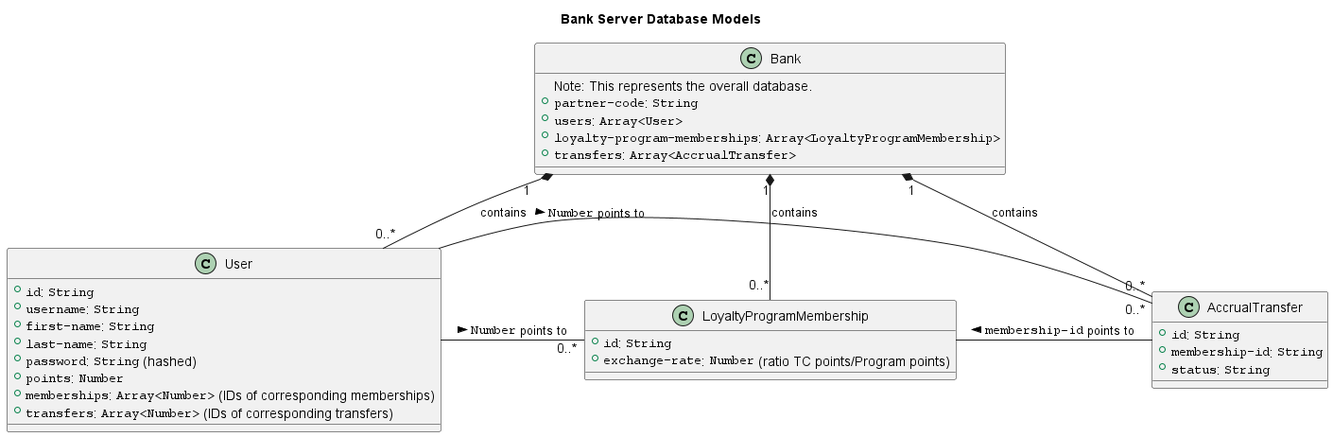
Above: diagrams/bank/Bank Class Diagram.png in Rye123/esc-transferconnect (PlantUML), before the change. Source of this version:
```plantuml
@startuml Bank Class Diagram

title "Bank Server Database Models"

class Bank {
    Note: This represents the overall database.
    + ""partner-code"": ""String""
    + ""users"": ""Array<User>""
    + ""loyalty-program-memberships"": ""Array<LoyaltyProgramMembership>""
    + ""transfers"": ""Array<AccrualTransfer>""
}

class User {
    + ""id"": ""String""
    + ""username"": ""String""
    + ""first-name"": ""String""
    + ""last-name"": ""String""
    + {field} ""password"": ""String"" (hashed)
    + ""points"": ""Number""
    + {field} ""memberships"": ""Array<Number>"" (IDs of corresponding memberships)
    + {field} ""transfers"": ""Array<Number>"" (IDs of corresponding transfers)
}

class LoyaltyProgramMembership {
    + ""id"": ""String""
    + {field} ""exchange-rate"": ""Number"" (ratio TC points/Program points)
}

class AccrualTransfer {
    + ""id"": ""String""
    + ""membership-id"": ""String""
    + ""status"": ""String""
}

Bank "1" *-- "0..*" User : contains
Bank "1" *-- "0..*" LoyaltyProgramMembership : contains
Bank "1" *-- "0..*" AccrualTransfer : contains

User  -right- "0..*" LoyaltyProgramMembership : ""Number"" points to >
User  -right- "0..*" AccrualTransfer: ""Number"" points to >
AccrualTransfer -left- LoyaltyProgramMembership: ""membership-id"" points to >

@enduml
```
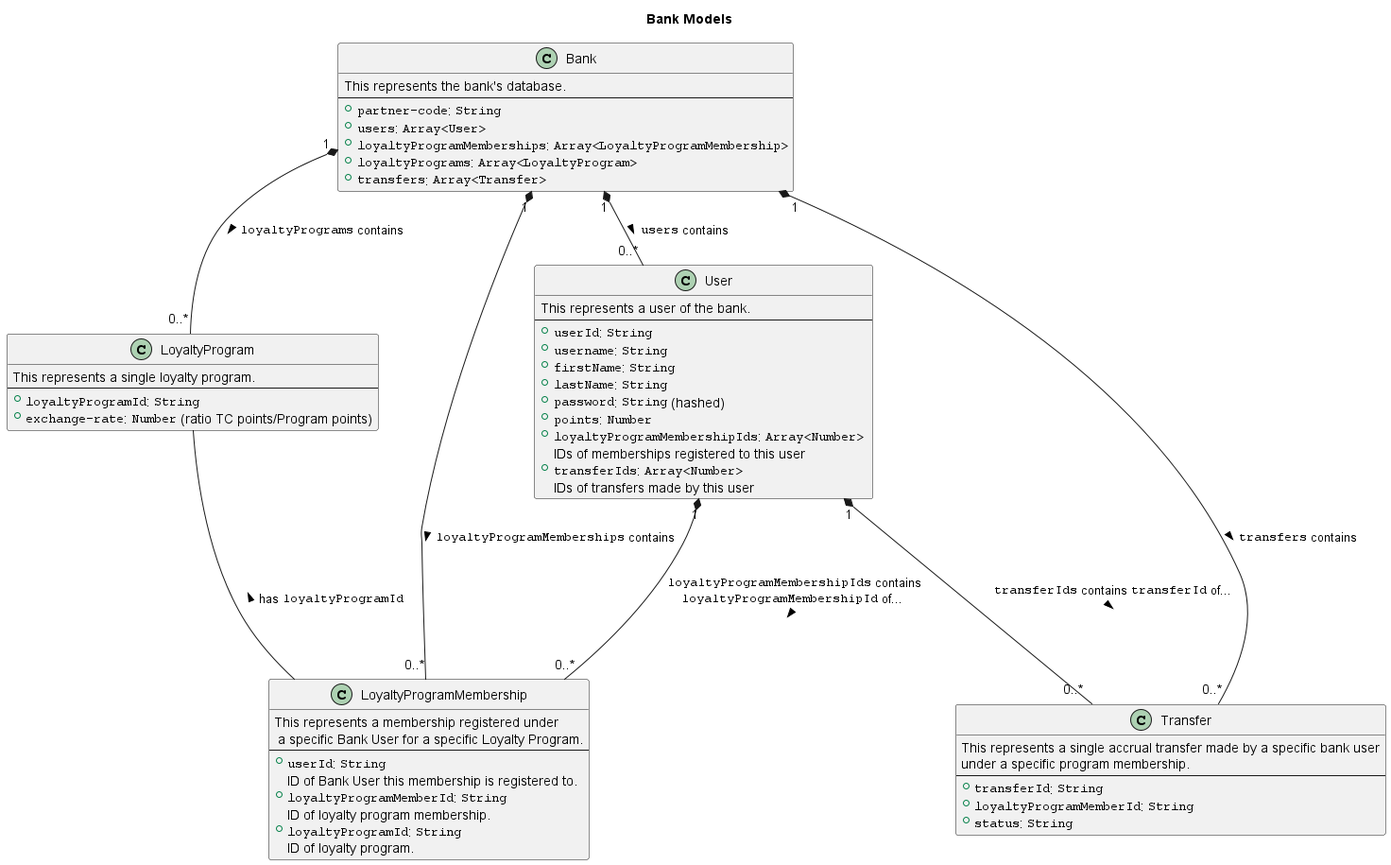
Later version of the same file.

Commit message:
update: bank UML diagrams

Change to the diagram source:
```diff
@@ -1,43 +1,61 @@
 @startuml Bank Class Diagram
 
-title "Bank Server Database Models"
+title "Bank Models"
 
 class Bank {
-    Note: This represents the overall database.
+    This represents the bank's database.
+    ---
     + ""partner-code"": ""String""
     + ""users"": ""Array<User>""
-    + ""loyalty-program-memberships"": ""Array<LoyaltyProgramMembership>""
-    + ""transfers"": ""Array<AccrualTransfer>""
+    + ""loyaltyProgramMemberships"": ""Array<LoyaltyProgramMembership>""
+    + ""loyaltyPrograms"": ""Array<LoyaltyProgram>""
+    + ""transfers"": ""Array<Transfer>""
 }
 
 class User {
-    + ""id"": ""String""
+    This represents a user of the bank.
+    ---
+    + ""userId"": ""String""
     + ""username"": ""String""
-    + ""first-name"": ""String""
-    + ""last-name"": ""String""
+    + ""firstName"": ""String""
+    + ""lastName"": ""String""
     + {field} ""password"": ""String"" (hashed)
     + ""points"": ""Number""
-    + {field} ""memberships"": ""Array<Number>"" (IDs of corresponding memberships)
-    + {field} ""transfers"": ""Array<Number>"" (IDs of corresponding transfers)
+    + {field} ""loyaltyProgramMembershipIds"": ""Array<Number>"" \nIDs of memberships registered to this user
+    + {field} ""transferIds"": ""Array<Number>"" \nIDs of transfers made by this user
+}
+
+class LoyaltyProgram {
+    This represents a single loyalty program.
+    ---
+    + ""loyaltyProgramId"": ""String""
+    + {field} ""exchange-rate"": ""Number"" (ratio TC points/Program points)
 }
 
 class LoyaltyProgramMembership {
-    + ""id"": ""String""
-    + {field} ""exchange-rate"": ""Number"" (ratio TC points/Program points)
+    This represents a membership registered under\n a specific Bank User for a specific Loyalty Program.
+    ---
+    + ""userId"": ""String""\nID of Bank User this membership is registered to.
+    + ""loyaltyProgramMemberId"": ""String""\nID of loyalty program membership.
+    + ""loyaltyProgramId"": ""String""\nID of loyalty program.
 }
 
-class AccrualTransfer {
-    + ""id"": ""String""
-    + ""membership-id"": ""String""
+class Transfer {
+    This represents a single accrual transfer made by a specific bank user\nunder a specific program membership.
+    ---
+    + ""transferId"": ""String""
+    + ""loyaltyProgramMemberId"": ""String""
     + ""status"": ""String""
 }
 
-Bank "1" *-- "0..*" User : contains
-Bank "1" *-- "0..*" LoyaltyProgramMembership : contains
-Bank "1" *-- "0..*" AccrualTransfer : contains
+Bank "1" *-- "0..*" User : ""users"" contains >
+Bank "1" *---- "0..*" LoyaltyProgramMembership : ""loyaltyProgramMemberships"" contains >
+Bank "1" *-- "0..*" Transfer : ""transfers"" contains >
+Bank "1" *-- "0..*" LoyaltyProgram : ""loyaltyPrograms"" contains >
 
-User  -right- "0..*" LoyaltyProgramMembership : ""Number"" points to >
-User  -right- "0..*" AccrualTransfer: ""Number"" points to >
-AccrualTransfer -left- LoyaltyProgramMembership: ""membership-id"" points to >
+User "1"*---"0..*" LoyaltyProgramMembership : ""loyaltyProgramMembershipIds"" contains\n""loyaltyProgramMembershipId"" of... \n >
+User "1"*---"0..*" Transfer : ""transferIds"" contains ""transferId"" of...\n >
+
+LoyaltyProgram --- LoyaltyProgramMembership : has ""loyaltyProgramId"" <
 
 @enduml
```
